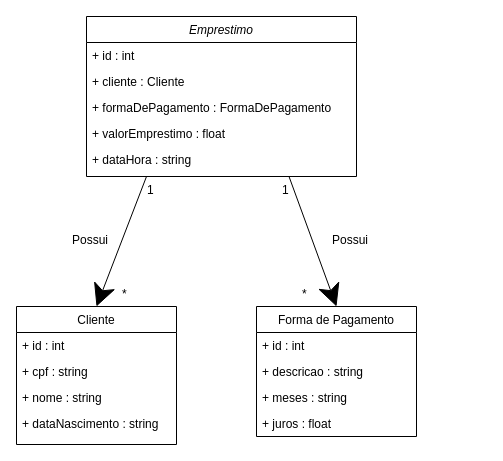
This is Diagramas/modelo_essencial.drawio from Raulzito311/AcmeSF, a draw.io file, before an edit. Source tidied: cells renumbered, new cells numbered last; positions are measured from the earlier drawing's top-left corner, leaving out a move shared by most shapes. Both pictures are drawn from the tidied source at 100%, with x=0, y=0 at pixel (16, 16).
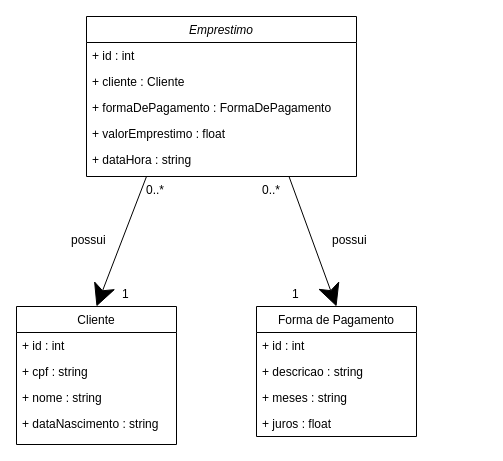
The same page after the edit.

Commit message (it also covers changes not shown here):
altera modelo_essencial e cria testes para validar mensagens de erro dos inputs

What changed in the source:
```diff
@@
-    <mxCell id="20" value="Possui" style="text;align=left;verticalAlign=top;spacingLeft=4;spacingRight=4;overflow=hidden;" parent="1" vertex="1">
-      <mxGeometry x="50" y="210" width="160" height="26" as="geometry" />
+    <mxCell id="20" value="possui" style="text;align=left;verticalAlign=top;spacingLeft=4;spacingRight=4;overflow=hidden;" parent="1" vertex="1">
+      <mxGeometry x="49" y="210" width="160" height="26" as="geometry" />
     </mxCell>
-    <mxCell id="21" value="Possui" style="text;align=left;verticalAlign=top;spacingLeft=4;spacingRight=4;overflow=hidden;" parent="1" vertex="1">
+    <mxCell id="21" value="possui" style="text;align=left;verticalAlign=top;spacingLeft=4;spacingRight=4;overflow=hidden;" parent="1" vertex="1">
       <mxGeometry x="310" y="210" width="160" height="26" as="geometry" />
     </mxCell>
-    <mxCell id="22" value="*" style="text;align=left;verticalAlign=top;spacingLeft=4;spacingRight=4;overflow=hidden;" parent="1" vertex="1">
-      <mxGeometry x="100" y="264" width="160" height="26" as="geometry" />
+    <mxCell id="22" value="0..*" style="text;align=left;verticalAlign=top;spacingLeft=4;spacingRight=4;overflow=hidden;" parent="1" vertex="1">
+      <mxGeometry x="124" y="160" width="160" height="26" as="geometry" />
     </mxCell>
     <mxCell id="23" value="1" style="text;align=left;verticalAlign=top;spacingLeft=4;spacingRight=4;overflow=hidden;" parent="1" vertex="1">
-      <mxGeometry x="125" y="160" width="160" height="26" as="geometry" />
+      <mxGeometry x="270" y="264" width="160" height="26" as="geometry" />
     </mxCell>
     <mxCell id="24" value="1" style="text;align=left;verticalAlign=top;spacingLeft=4;spacingRight=4;overflow=hidden;" parent="1" vertex="1">
-      <mxGeometry x="260" y="160" width="160" height="26" as="geometry" />
+      <mxGeometry x="100" y="264" width="160" height="26" as="geometry" />
     </mxCell>
-    <mxCell id="25" value="*" style="text;align=left;verticalAlign=top;spacingLeft=4;spacingRight=4;overflow=hidden;" parent="1" vertex="1">
-      <mxGeometry x="280" y="264" width="160" height="26" as="geometry" />
-    </mxCell>
+    <mxCell id="26" value="0..*" style="text;align=left;verticalAlign=top;spacingLeft=4;spacingRight=4;overflow=hidden;" parent="1" vertex="1">
+      <mxGeometry x="240" y="160" width="160" height="26" as="geometry" />
+    </mxCell>
```
